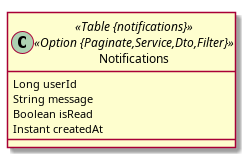
Earlier version of the PlantUML export infra/db/jdl/notification_db.png (phungle2508/AppF4).
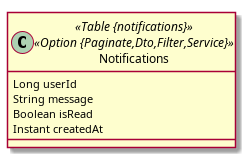
After the commit.

What changed in the source:
```diff
@@ -1,7 +1,7 @@
 @startuml
 	!pragma layout smetana
 	!pragma syntax class
-	class Notifications <<Table {notifications}>><<Option {Paginate,Service,Dto,Filter}>> {
+	class Notifications <<Table {notifications}>><<Option {Paginate,Dto,Filter,Service}>> {
 		Long userId
 		String message
 		Boolean isRead
```
